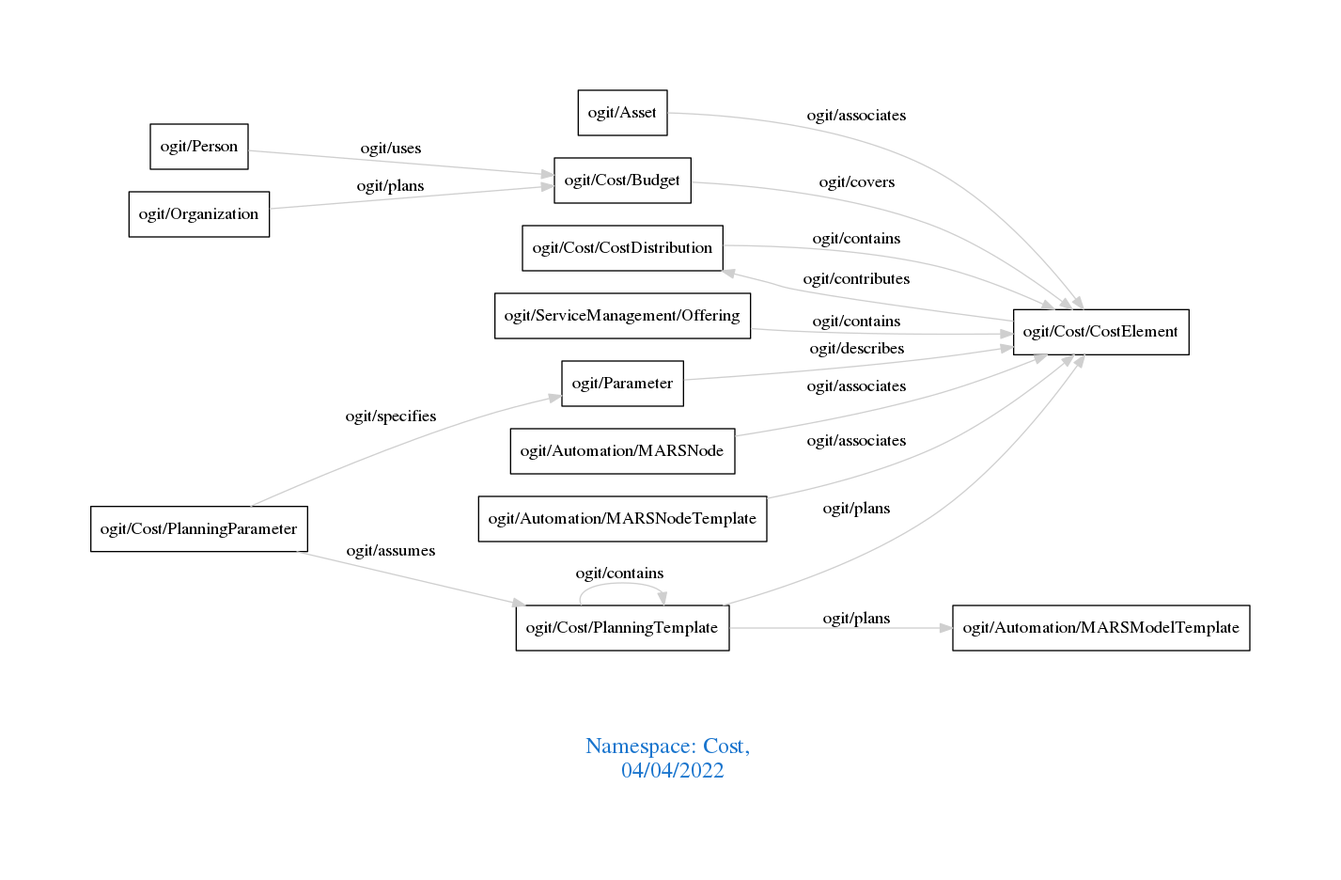
Before: downloads/Cost.png, a diagram exported from Graphviz (arago/OGIT). Its source is kept beside it as downloads/Cost.dot.
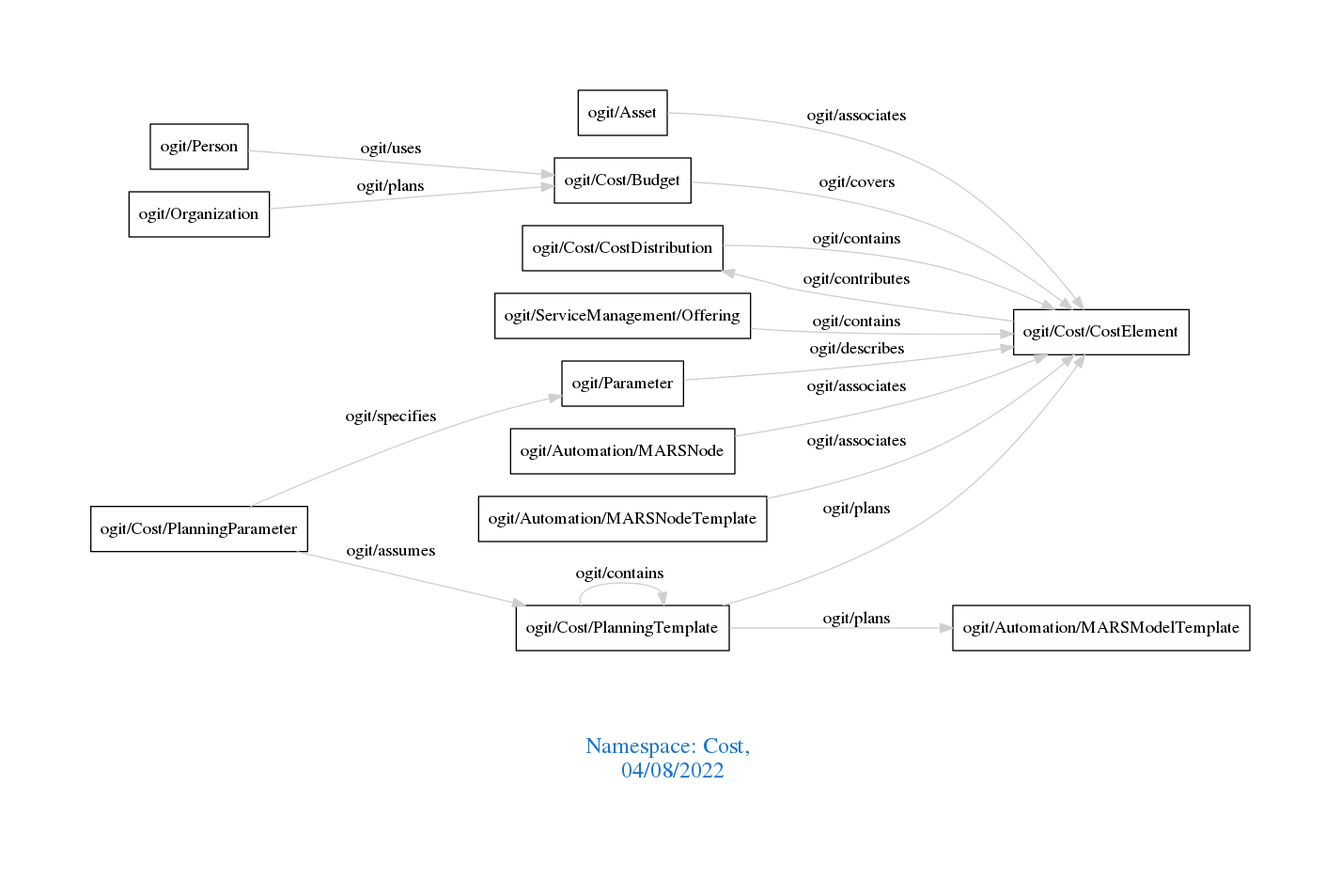
Above is the later version.

The edit, as a diff of the source:
```diff
@@ -1,7 +1,7 @@
 digraph OGIT_ontology {
  graph [ rankdir= LR,pad=1
 fontsize = 18,
-fontcolor= dodgerblue3,label = "\n\n\nNamespace: Cost, \n 04/04/2022"];
+fontcolor= dodgerblue3,label = "\n\n\nNamespace: Cost, \n 04/08/2022"];
 node[shape=polygon];
 edge [  color="gray81"];
 
```
